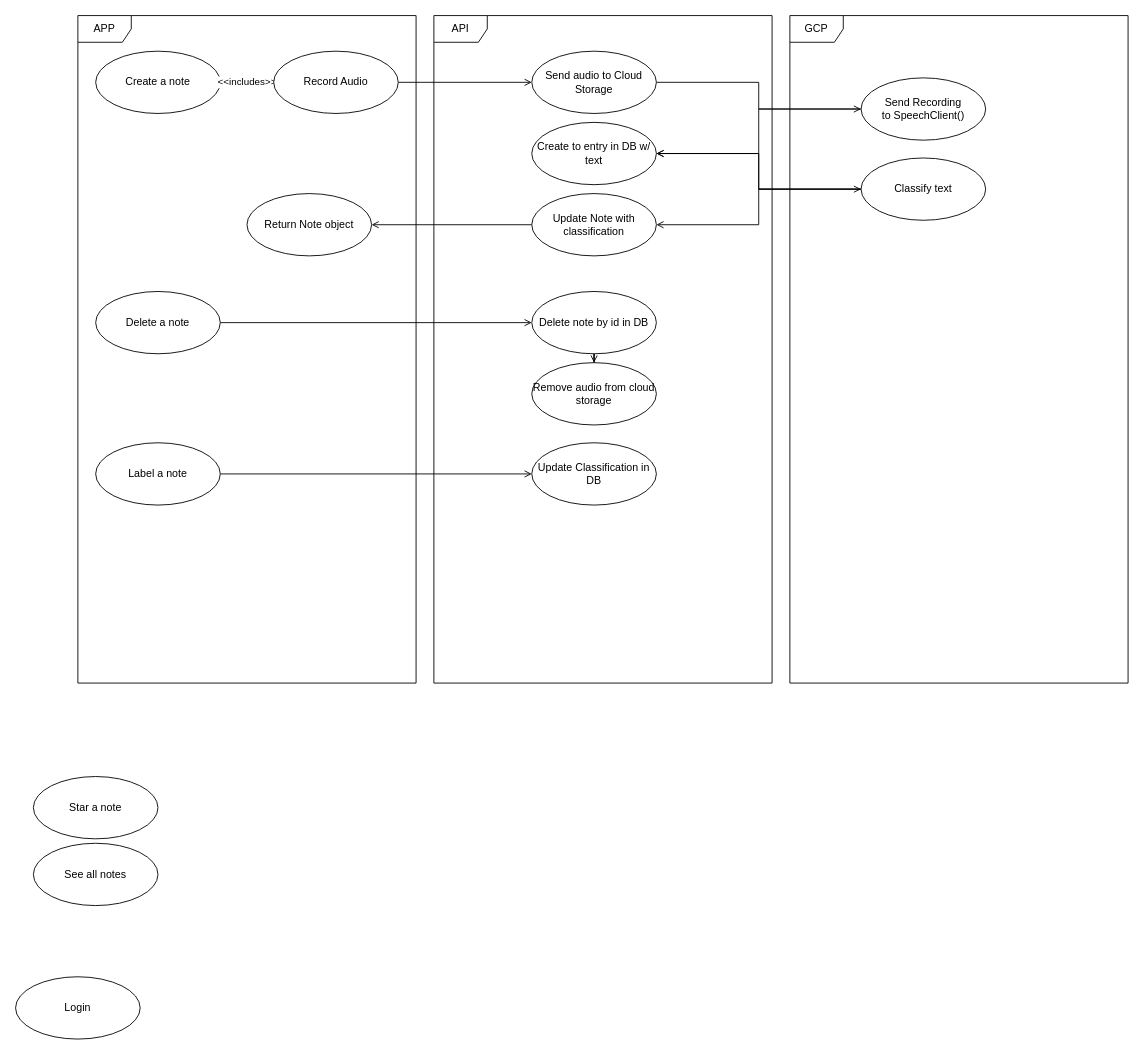
EPiase/Assistantmemo keeps this draw.io diagram as diagrams/UseCaseDiagram.drawio. Above is the earlier version. Source tidied: cells renumbered, new cells numbered last; positions are measured from the earlier drawing's top-left corner, leaving out a move shared by most shapes. Both pictures are drawn from the tidied source at 89%, with x=0, y=0 at pixel (15, 15).
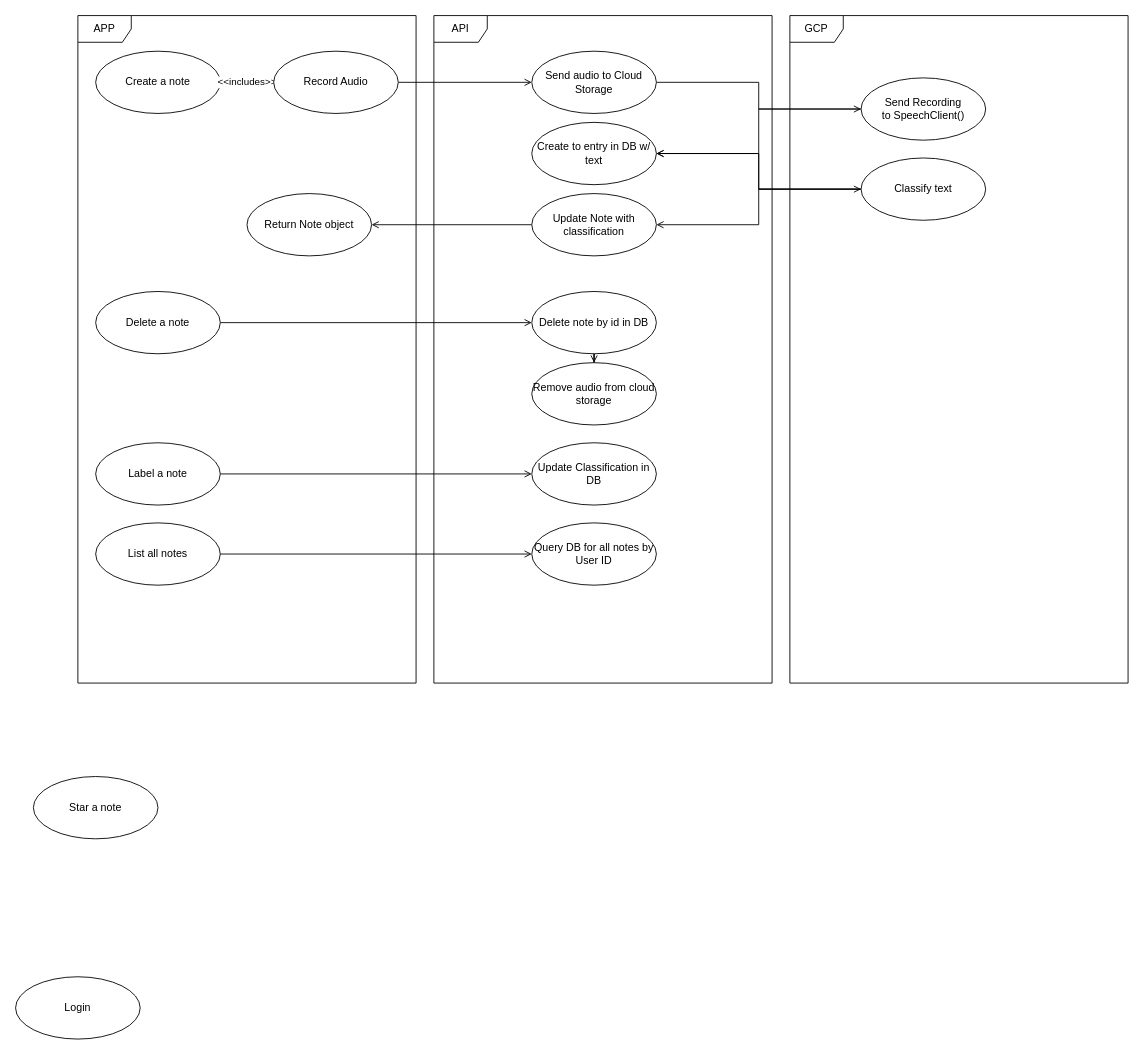
The same page after the edit.

What changed in the source:
```diff
@@
+    <mxCell id="33" style="edgeStyle=orthogonalEdgeStyle;rounded=0;jettySize=auto;html=1;endArrow=open;endFill=0;" parent="1" edge="1" source="12" target="34">
+      <mxGeometry relative="1" as="geometry" />
+    </mxCell>
-    <mxCell id="12" value="See all notes" style="ellipse;whiteSpace=wrap;html=1;" parent="1" vertex="1">
-      <mxGeometry x="20" y="930" width="140" height="70" as="geometry" />
+    <mxCell id="12" value="List all notes" style="ellipse;whiteSpace=wrap;html=1;" parent="1" vertex="1">
+      <mxGeometry x="90" y="570" width="140" height="70" as="geometry" />
     </mxCell>
@@
+    <mxCell id="34" value="Query DB for all notes by User ID" style="ellipse;whiteSpace=wrap;html=1;" parent="1" vertex="1">
+      <mxGeometry x="580" y="570" width="140" height="70" as="geometry" />
+    </mxCell>
```
